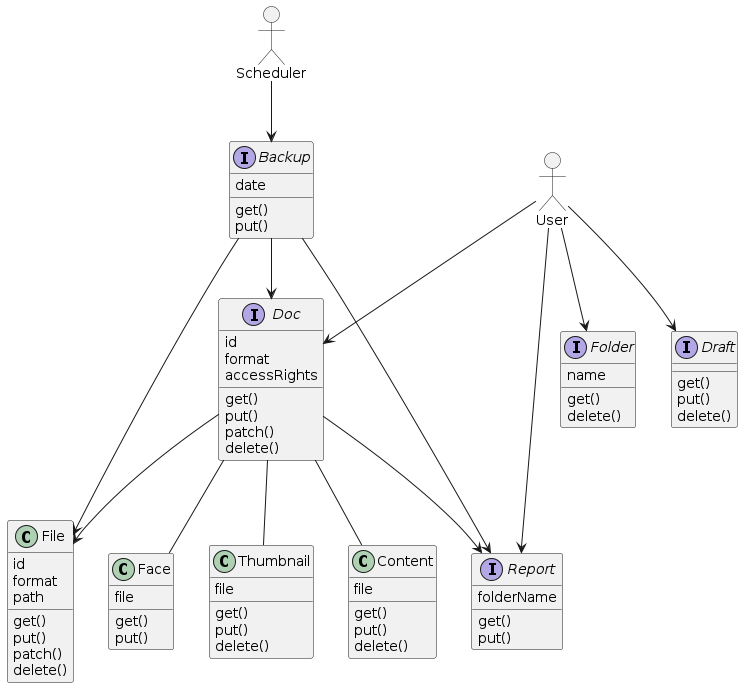
Above: diagrams/services.png in archie-soft/design (PlantUML), before the change. Its diagram source:
```plantuml
@startuml services

allowmixing

actor User
actor Scheduler

interface Doc {
    id
    format
    accessRights
    get()
    put()
    patch()
    delete()
}

interface Folder {
    name
    get()
    delete()
}

class File {
    id
    format
    path
    get()
    put()
    patch()
    delete()
}

class Thumbnail {
    file
    get()
    put()
    delete()
}

class Content {
    file
    get()
    put()
    delete()
}

interface Report {
    folderName
    get()
    put()
}

interface Draft {
    get()
    put()
    delete()
}

class Face {
    file
    get()
    put()
}

interface Backup {
    date
    get()
    put()
}

Scheduler --> Backup
User --> Doc
User --> Folder
User --> Report
User --> Draft

Doc --> File
Doc -- Content
Doc -- Thumbnail
Doc -- Face
Doc --> Report
Backup --> Doc
Backup --> File
Backup --> Report

@enduml
```
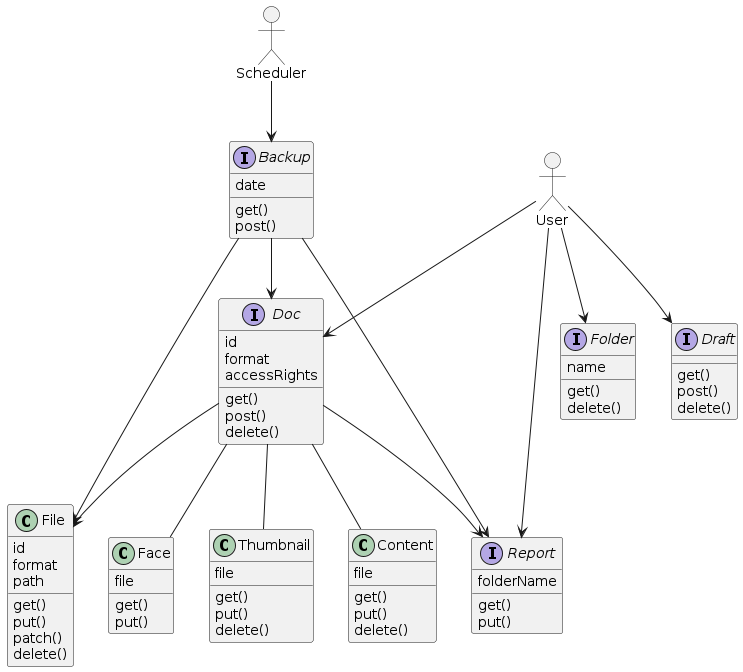
After the change.

The edit, as a diff of the source:
```diff
@@ -10,8 +10,7 @@
     format
     accessRights
     get()
-    put()
-    patch()
+    post()
     delete()
 }
 
@@ -19,6 +18,24 @@
     name
     get()
     delete()
+}
+
+interface Draft {
+    get()
+    post()
+    delete()
+}
+
+interface Report {
+    folderName
+    get()
+    put()
+}
+
+interface Backup {
+    date
+    get()
+    post()
 }
 
 class File {
@@ -45,26 +62,9 @@
     delete()
 }
 
-interface Report {
-    folderName
-    get()
-    put()
-}
-
-interface Draft {
-    get()
-    put()
-    delete()
-}
 
 class Face {
     file
-    get()
-    put()
-}
-
-interface Backup {
-    date
     get()
     put()
 }
```
